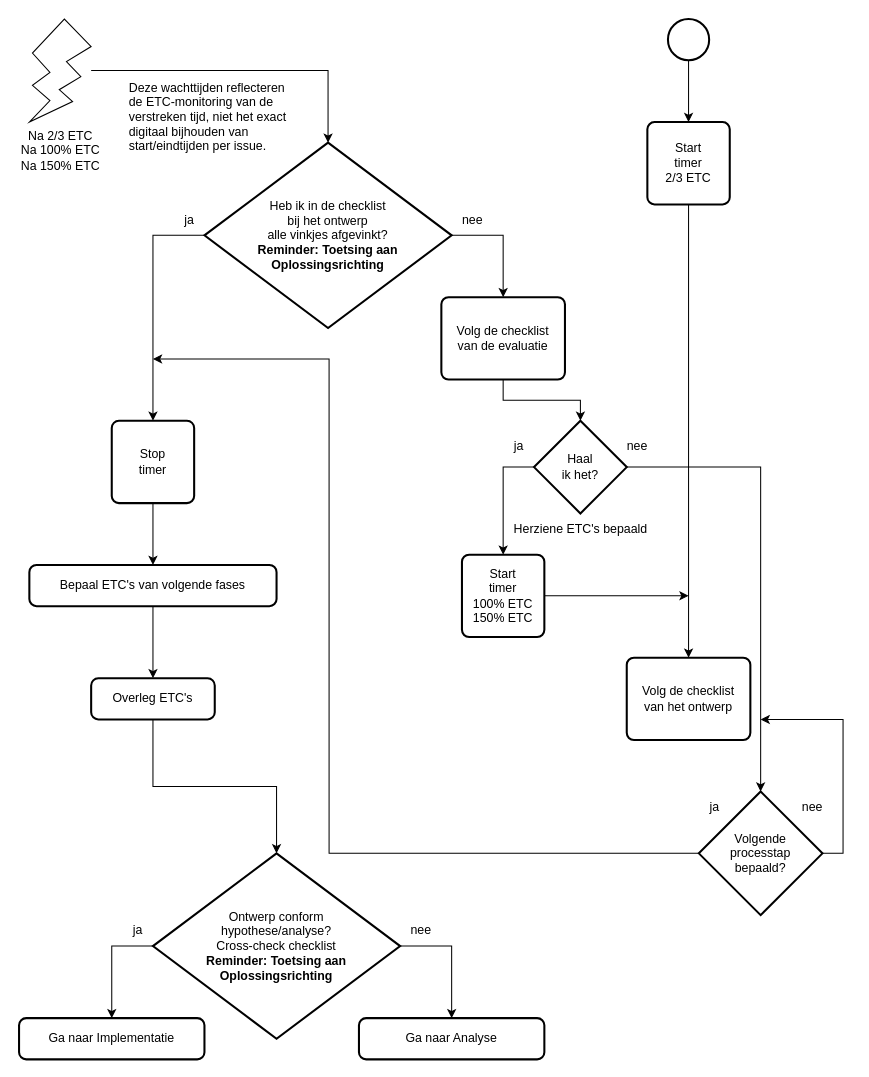
Zaibatsu89/IssueTracker keeps this draw.io diagram as 3 Issue Tracker ontwerp.drawio. Above is the earlier version. Source tidied: cells renumbered, new cells numbered last; positions are measured from the earlier drawing's top-left corner, leaving out a move shared by most shapes. Both pictures are drawn from the tidied source at 103%, with x=0, y=0 at pixel (19, 19).
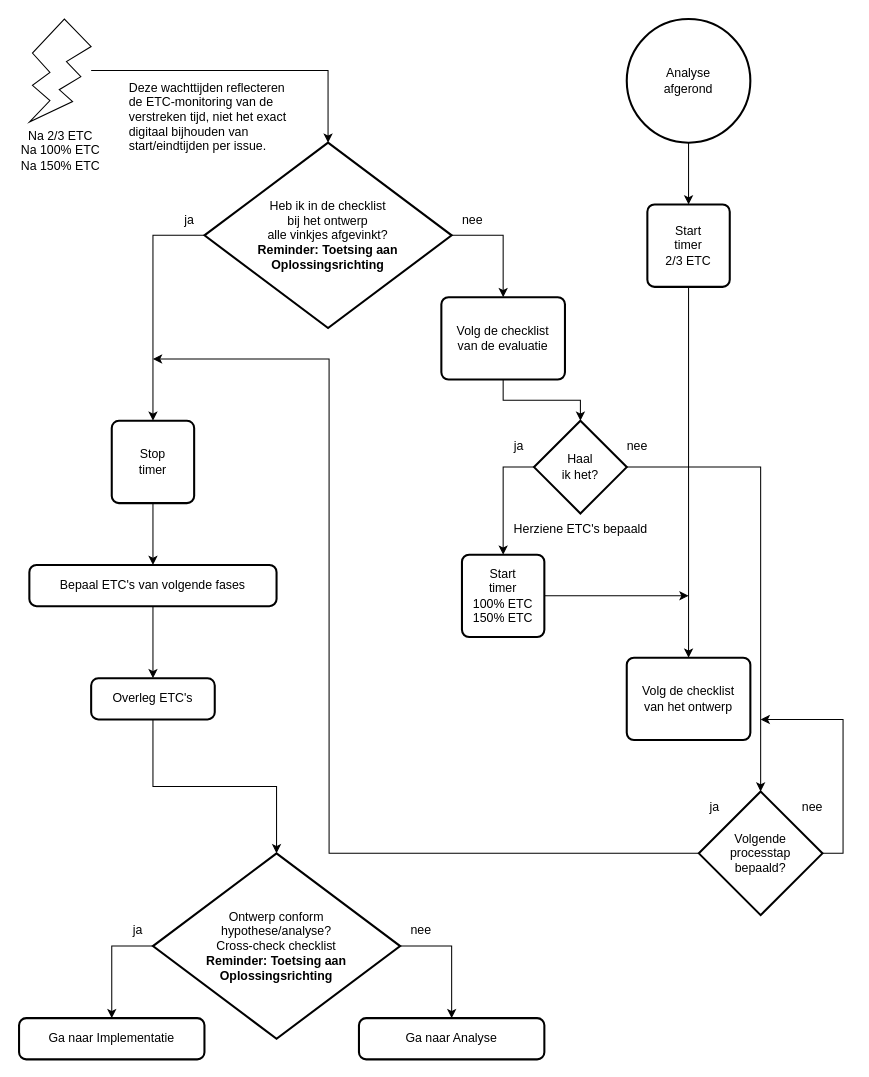
The same diagram, later.

Commit message (it also covers changes not shown here):
Vervang witte bolletje door "{naam van vorige processtap} afgerond" in flowcharts

Change to the diagram source:
```diff
@@
-    <mxCell id="3" style="strokeWidth=2;html=1;shape=mxgraph.flowchart.start_2;whiteSpace=wrap;" parent="1" vertex="1">
-      <mxGeometry x="630" width="40" height="40" as="geometry" />
+    <mxCell id="3" value="Analyse&lt;div&gt;afgerond&lt;/div&gt;" style="strokeWidth=2;html=1;shape=mxgraph.flowchart.start_2;whiteSpace=wrap;" parent="1" vertex="1">
+      <mxGeometry x="590" width="120" height="120" as="geometry" />
     </mxCell>
@@
     <mxCell id="27" value="Start&lt;br&gt;timer&lt;br&gt;2/3 ETC" style="rounded=1;whiteSpace=wrap;html=1;absoluteArcSize=1;arcSize=14;strokeWidth=2;" parent="1" vertex="1">
-      <mxGeometry x="610" y="100" width="80" height="80" as="geometry" />
+      <mxGeometry x="610" y="180" width="80" height="80" as="geometry" />
     </mxCell>
```
